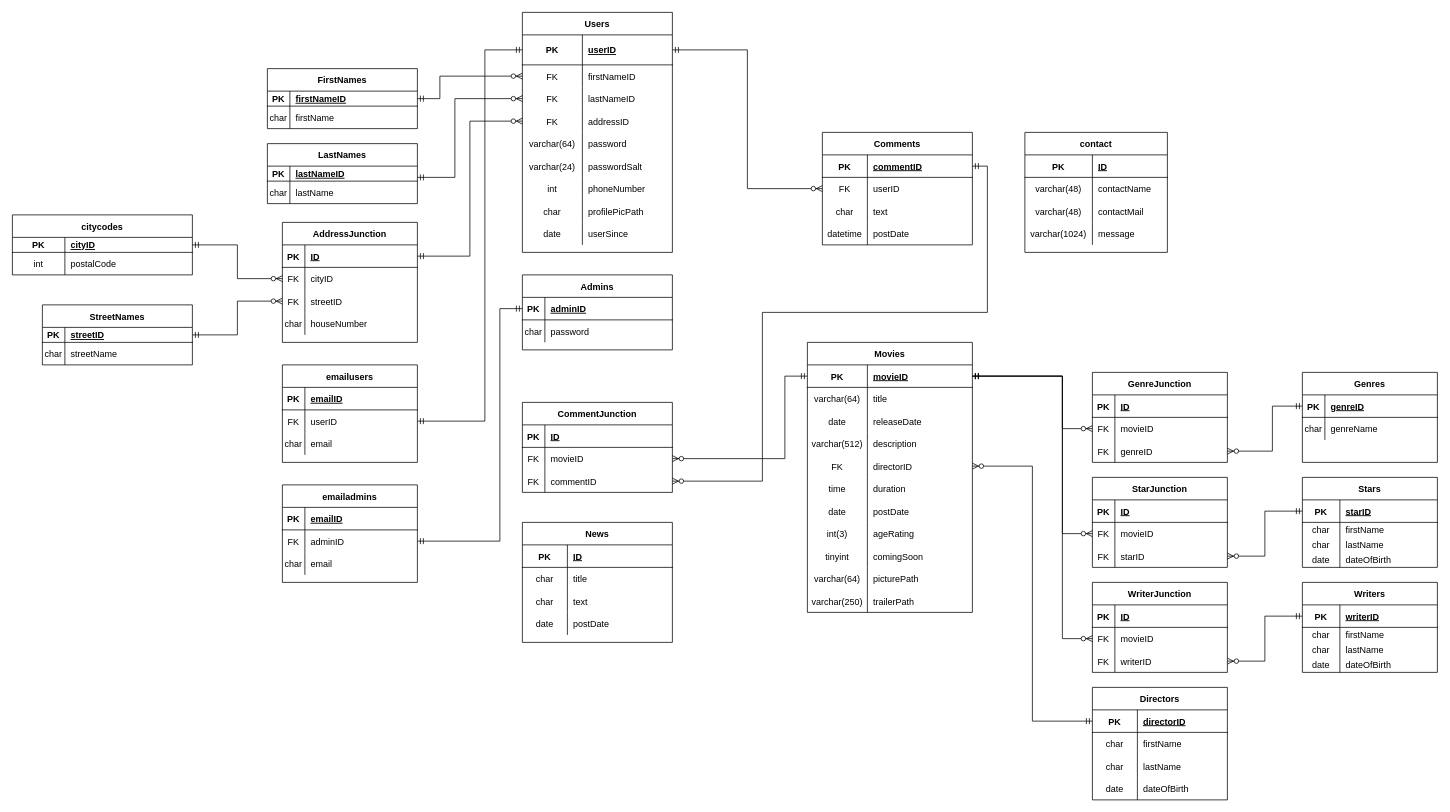
Above: FlickClickER.drawio in nikolailarsen01/FlickClick (draw.io), before the change. Source tidied: cells renumbered, new cells numbered last; positions are measured from the earlier drawing's top-left corner, leaving out a move shared by most shapes. Both pictures are drawn from the tidied source at 75%, with x=0, y=0 at pixel (12, 12).
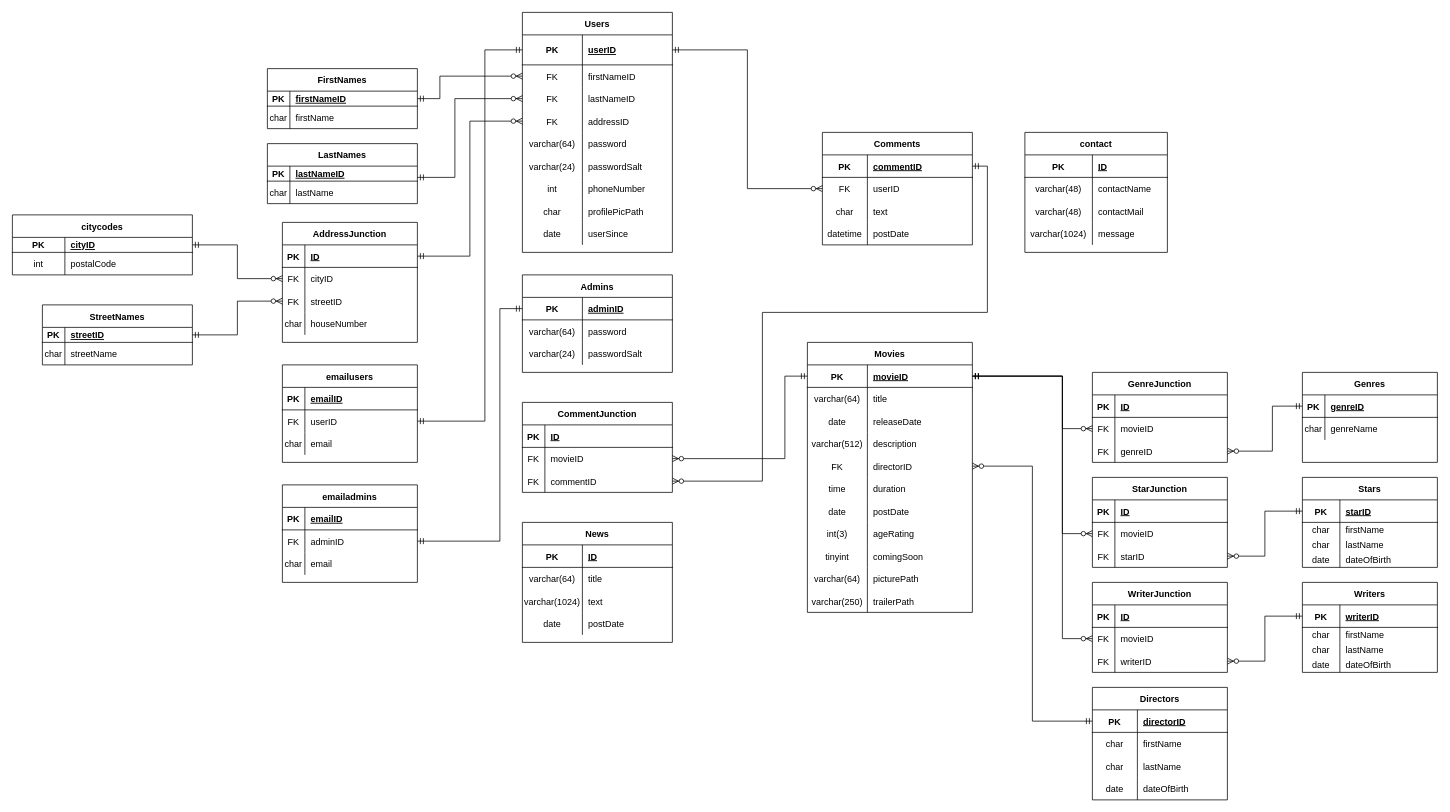
After the change.

The change refers to these unchanged cells:
```xml
<mxCell id="107" style="shape=partialRectangle;fillColor=none;top=0;left=0;bottom=1;right=0;" parent="106" vertex="1">
  <mxGeometry y="30" width="200" height="30" as="geometry" />
</mxCell>
<mxCell id="110" style="shape=partialRectangle;fillColor=none;top=0;left=0;bottom=0;right=0;" parent="106" vertex="1">
  <mxGeometry y="60" width="200" height="30" as="geometry" />
</mxCell>
<mxCell id="113" style="shape=partialRectangle;fillColor=none;top=0;left=0;bottom=0;right=0;" parent="106" vertex="1">
  <mxGeometry y="90" width="200" height="30" as="geometry" />
</mxCell>
<mxCell id="116" style="shape=partialRectangle;fillColor=none;top=0;left=0;bottom=0;right=0;" parent="106" vertex="1">
  <mxGeometry y="120" width="200" height="30" as="geometry" />
</mxCell>
<mxCell id="258" style="shape=partialRectangle;fillColor=none;top=0;left=0;bottom=1;right=0;points=[[0,0.5],[1,0.5]];portConstraint=eastwest;" parent="257" vertex="1">
  <mxGeometry y="30" width="200" height="30" as="geometry" />
</mxCell>
<mxCell id="261" style="shape=partialRectangle;fillColor=none;top=0;left=0;bottom=0;right=0;" parent="257" vertex="1">
  <mxGeometry y="60" width="200" height="30" as="geometry" />
</mxCell>
```

Diff of the diagram source:
```diff
@@
     <mxCell id="108" value="PK" style="shape=partialRectangle;fillColor=none;top=0;left=0;bottom=0;right=0;fontStyle=1;overflow=hidden;" parent="107" vertex="1">
-      <mxGeometry width="60" height="30" as="geometry" />
+      <mxGeometry width="80" height="30" as="geometry" />
     </mxCell>
     <mxCell id="109" value="ID" style="shape=partialRectangle;fillColor=none;top=0;left=0;bottom=0;right=0;align=left;spacingLeft=6;fontStyle=5;overflow=hidden;" parent="107" vertex="1">
-      <mxGeometry x="60" width="140" height="30" as="geometry" />
+      <mxGeometry x="80" width="120" height="30" as="geometry" />
     </mxCell>
@@
-    <mxCell id="111" value="char" style="shape=partialRectangle;fillColor=none;top=0;left=0;bottom=0;right=0;overflow=hidden;" parent="110" vertex="1">
-      <mxGeometry width="60" height="30" as="geometry" />
+    <mxCell id="111" value="varchar(64)" style="shape=partialRectangle;fillColor=none;top=0;left=0;bottom=0;right=0;overflow=hidden;" parent="110" vertex="1">
+      <mxGeometry width="80" height="30" as="geometry" />
     </mxCell>
     <mxCell id="112" value="title" style="shape=partialRectangle;fillColor=none;top=0;left=0;bottom=0;right=0;align=left;spacingLeft=6;overflow=hidden;" parent="110" vertex="1">
-      <mxGeometry x="60" width="140" height="30" as="geometry" />
+      <mxGeometry x="80" width="120" height="30" as="geometry" />
     </mxCell>
@@
-    <mxCell id="114" value="char" style="shape=partialRectangle;fillColor=none;top=0;left=0;bottom=0;right=0;overflow=hidden;" parent="113" vertex="1">
-      <mxGeometry width="60" height="30" as="geometry" />
+    <mxCell id="114" value="varchar(1024)" style="shape=partialRectangle;fillColor=none;top=0;left=0;bottom=0;right=0;overflow=hidden;" parent="113" vertex="1">
+      <mxGeometry width="80" height="30" as="geometry" />
     </mxCell>
     <mxCell id="115" value="text" style="shape=partialRectangle;fillColor=none;top=0;left=0;bottom=0;right=0;align=left;spacingLeft=6;overflow=hidden;" parent="113" vertex="1">
-      <mxGeometry x="60" width="140" height="30" as="geometry" />
+      <mxGeometry x="80" width="120" height="30" as="geometry" />
     </mxCell>
@@
     <mxCell id="117" value="date" style="shape=partialRectangle;fillColor=none;top=0;left=0;bottom=0;right=0;overflow=hidden;" parent="116" vertex="1">
-      <mxGeometry width="60" height="30" as="geometry" />
+      <mxGeometry width="80" height="30" as="geometry" />
     </mxCell>
     <mxCell id="118" value="postDate" style="shape=partialRectangle;fillColor=none;top=0;left=0;bottom=0;right=0;align=left;spacingLeft=6;overflow=hidden;" parent="116" vertex="1">
-      <mxGeometry x="60" width="140" height="30" as="geometry" />
+      <mxGeometry x="80" width="120" height="30" as="geometry" />
     </mxCell>
@@
     <mxCell id="257" value="Admins" style="shape=table;startSize=30;childLayout=tableLayout;rowLines=0;fontStyle=1;align=center;" parent="1" vertex="1">
-      <mxGeometry x="680" y="350" width="200" height="100" as="geometry" />
+      <mxGeometry x="680" y="350" width="200" height="130" as="geometry" />
     </mxCell>
@@
     <mxCell id="259" value="PK" style="shape=partialRectangle;fillColor=none;top=0;left=0;bottom=0;right=0;fontStyle=1;overflow=hidden;" parent="258" vertex="1">
-      <mxGeometry width="30" height="30" as="geometry" />
+      <mxGeometry width="80" height="30" as="geometry" />
     </mxCell>
     <mxCell id="260" value="adminID" style="shape=partialRectangle;fillColor=none;top=0;left=0;bottom=0;right=0;align=left;spacingLeft=6;fontStyle=5;overflow=hidden;" parent="258" vertex="1">
-      <mxGeometry x="30" width="170" height="30" as="geometry" />
+      <mxGeometry x="80" width="120" height="30" as="geometry" />
     </mxCell>
@@
-    <mxCell id="262" value="char" style="shape=partialRectangle;fillColor=none;top=0;left=0;bottom=0;right=0;overflow=hidden;" parent="261" vertex="1">
-      <mxGeometry width="30" height="30" as="geometry" />
+    <mxCell id="262" value="varchar(64)" style="shape=partialRectangle;fillColor=none;top=0;left=0;bottom=0;right=0;overflow=hidden;" parent="261" vertex="1">
+      <mxGeometry width="80" height="30" as="geometry" />
     </mxCell>
     <mxCell id="263" value="password" style="shape=partialRectangle;fillColor=none;top=0;left=0;bottom=0;right=0;align=left;spacingLeft=6;overflow=hidden;" parent="261" vertex="1">
-      <mxGeometry x="30" width="170" height="30" as="geometry" />
+      <mxGeometry x="80" width="120" height="30" as="geometry" />
     </mxCell>
+    <mxCell id="275" style="shape=partialRectangle;fillColor=none;top=0;left=0;bottom=0;right=0;" parent="257" vertex="1">
+      <mxGeometry y="90" width="200" height="30" as="geometry" />
+    </mxCell>
+    <mxCell id="276" value="varchar(24)" style="shape=partialRectangle;fillColor=none;top=0;left=0;bottom=0;right=0;fontStyle=0;overflow=hidden;" parent="275" vertex="1">
+      <mxGeometry width="80" height="30" as="geometry" />
+    </mxCell>
+    <mxCell id="277" value="passwordSalt" style="shape=partialRectangle;fillColor=none;top=0;left=0;bottom=0;right=0;align=left;spacingLeft=6;fontStyle=0;overflow=hidden;" parent="275" vertex="1">
+      <mxGeometry x="80" width="120" height="30" as="geometry" />
+    </mxCell>
```
